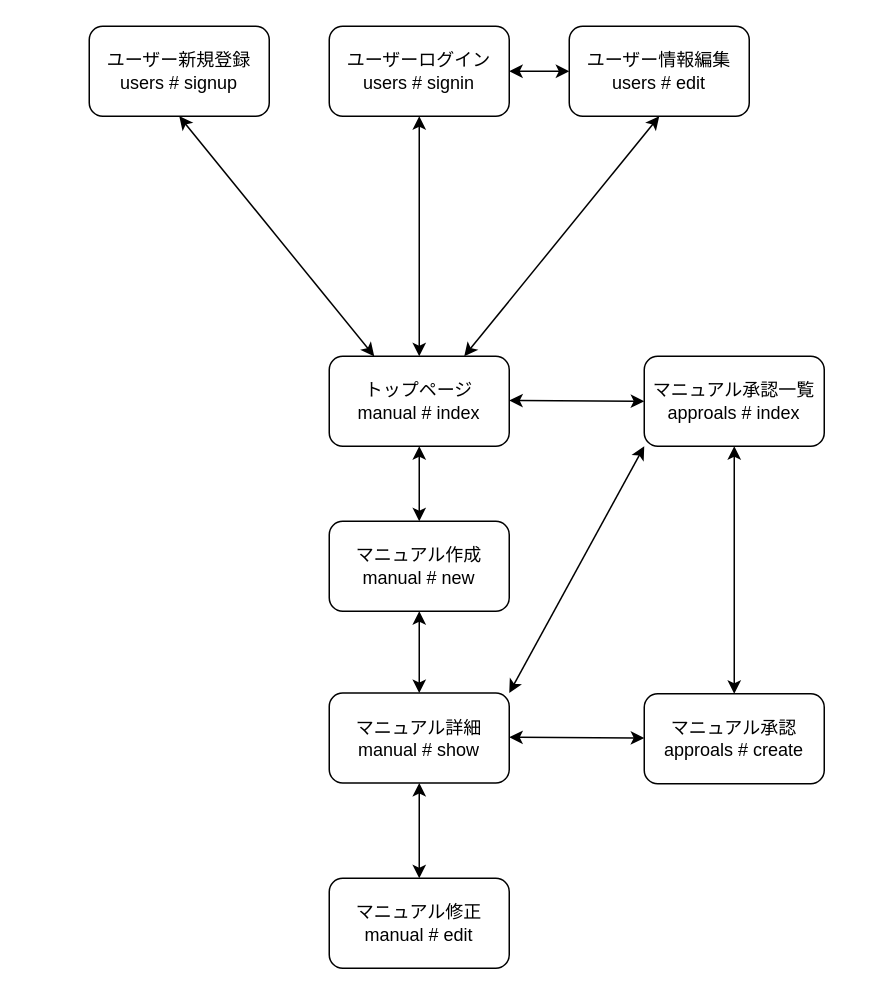
This is page "画面遷移図" (2 of 2) of ER .dio from shotaoba/manual, a draw.io file, before an edit. Source tidied: cells renumbered, new cells numbered last; positions are measured from the earlier drawing's top-left corner, leaving out a move shared by most shapes. Both pictures are drawn from the tidied source at 150%, with x=0, y=0 at pixel (88, 26).
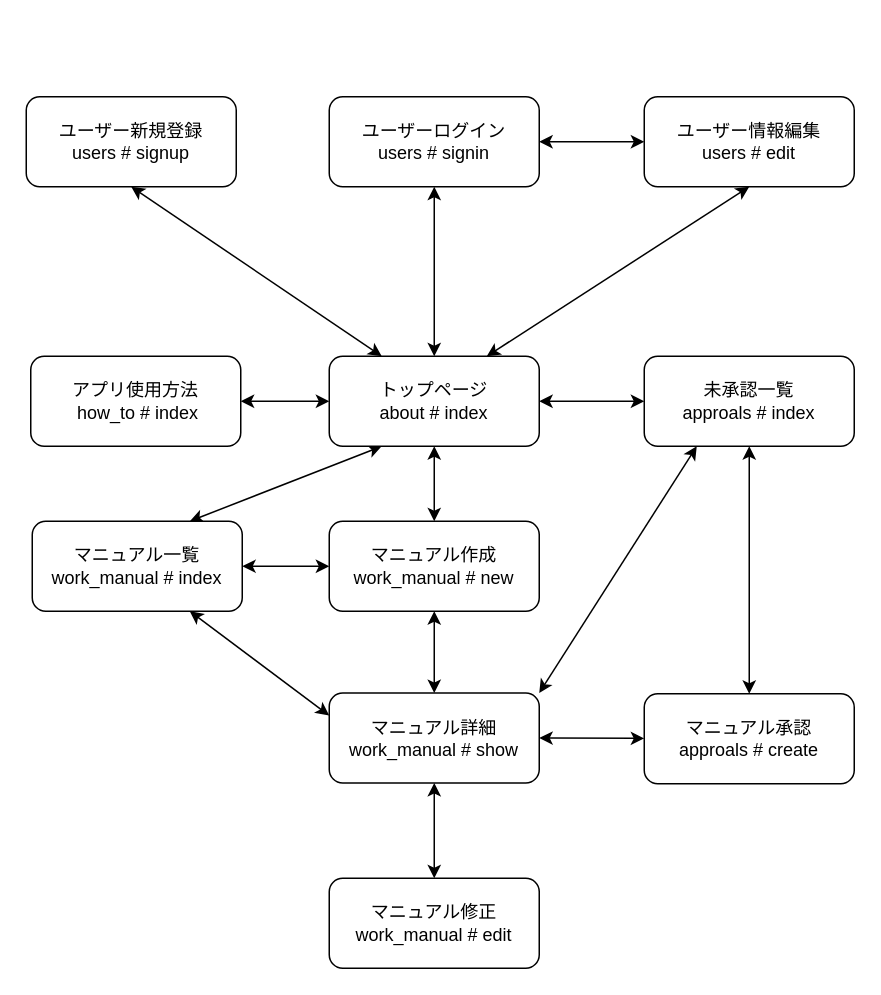
After the change.

Diff of the diagram source:
```diff
@@
+    <mxCell id="22" style="rounded=0;jettySize=auto;html=1;exitX=0.25;exitY=1;exitDx=0;exitDy=0;entryX=0.75;entryY=0;entryDx=0;entryDy=0;startArrow=classic;startFill=1;" parent="1" edge="1" source="2" target="31">
+      <mxGeometry relative="1" as="geometry" />
+    </mxCell>
+    <mxCell id="23" style="edgeStyle=none;rounded=0;jettySize=auto;html=1;exitX=1;exitY=0.5;exitDx=0;exitDy=0;entryX=0;entryY=0.5;entryDx=0;entryDy=0;startArrow=classic;startFill=1;" parent="1" edge="1" source="2" target="10">
+      <mxGeometry relative="1" as="geometry" />
+    </mxCell>
-    <mxCell id="2" value="トップページ&lt;br&gt;manual # index" style="rounded=1;whiteSpace=wrap;html=1;" parent="1" vertex="1">
-      <mxGeometry x="160" y="220" width="120" height="60" as="geometry" />
+    <mxCell id="2" value="トップページ&lt;br&gt;about # index" style="rounded=1;whiteSpace=wrap;html=1;" parent="1" vertex="1">
+      <mxGeometry x="160" y="220" width="140" height="60" as="geometry" />
     </mxCell>
-    <mxCell id="3" value="マニュアル作成&lt;br&gt;manual # new" style="rounded=1;whiteSpace=wrap;html=1;" parent="1" vertex="1">
-      <mxGeometry x="160" y="330" width="120" height="60" as="geometry" />
+    <mxCell id="3" value="マニュアル作成&lt;br&gt;work_manual # new" style="rounded=1;whiteSpace=wrap;html=1;" parent="1" vertex="1">
+      <mxGeometry x="160" y="330" width="140" height="60" as="geometry" />
     </mxCell>
-    <mxCell id="4" value="マニュアル修正&lt;br&gt;manual # edit" style="rounded=1;whiteSpace=wrap;html=1;" parent="1" vertex="1">
-      <mxGeometry x="160" y="568" width="120" height="60" as="geometry" />
+    <mxCell id="4" value="マニュアル修正&lt;br&gt;work_manual # edit" style="rounded=1;whiteSpace=wrap;html=1;" parent="1" vertex="1">
+      <mxGeometry x="160" y="568" width="140" height="60" as="geometry" />
     </mxCell>
+    <mxCell id="24" style="edgeStyle=none;rounded=0;jettySize=auto;html=1;exitX=1;exitY=0.5;exitDx=0;exitDy=0;startArrow=classic;startFill=1;" parent="1" edge="1" source="5" target="6">
+      <mxGeometry relative="1" as="geometry" />
+    </mxCell>
-    <mxCell id="5" value="マニュアル詳細&lt;br&gt;manual # show" style="rounded=1;whiteSpace=wrap;html=1;" parent="1" vertex="1">
-      <mxGeometry x="160" y="444.5" width="120" height="60" as="geometry" />
+    <mxCell id="5" value="マニュアル詳細&lt;br&gt;work_manual # show" style="rounded=1;whiteSpace=wrap;html=1;" parent="1" vertex="1">
+      <mxGeometry x="160" y="444.5" width="140" height="60" as="geometry" />
     </mxCell>
     <mxCell id="6" value="マニュアル承認&lt;br&gt;approals # create" style="rounded=1;whiteSpace=wrap;html=1;" parent="1" vertex="1">
-      <mxGeometry x="370" y="445" width="120" height="60" as="geometry" />
+      <mxGeometry x="370" y="445" width="140" height="60" as="geometry" />
     </mxCell>
@@
+    <mxCell id="25" style="edgeStyle=none;rounded=0;jettySize=auto;html=1;exitX=0.5;exitY=1;exitDx=0;exitDy=0;entryX=0.5;entryY=0;entryDx=0;entryDy=0;startArrow=classic;startFill=1;" parent="1" edge="1" source="10" target="6">
+      <mxGeometry relative="1" as="geometry" />
+    </mxCell>
+    <mxCell id="26" style="edgeStyle=none;rounded=0;jettySize=auto;html=1;exitX=0.25;exitY=1;exitDx=0;exitDy=0;entryX=1;entryY=0;entryDx=0;entryDy=0;startArrow=classic;startFill=1;" parent="1" edge="1" source="10" target="5">
+      <mxGeometry relative="1" as="geometry" />
+    </mxCell>
-    <mxCell id="10" value="マニュアル承認一覧&lt;br&gt;approals # index" style="rounded=1;whiteSpace=wrap;html=1;" parent="1" vertex="1">
-      <mxGeometry x="370" y="220" width="120" height="60" as="geometry" />
+    <mxCell id="10" value="未承認一覧&lt;br&gt;approals # index" style="rounded=1;whiteSpace=wrap;html=1;" parent="1" vertex="1">
+      <mxGeometry x="370" y="220" width="140" height="60" as="geometry" />
     </mxCell>
-    <mxCell id="11" style="endArrow=classic;startArrow=classic;html=1;entryX=0;entryY=0.5;entryDx=0;entryDy=0;exitX=1;exitY=0.5;exitDx=0;exitDy=0;" parent="1" edge="1">
-      <mxGeometry relative="1" as="geometry">
-        <mxPoint x="280" y="474" as="sourcePoint" />
-        <mxPoint x="370" y="474.5" as="targetPoint" />
-      </mxGeometry>
-    </mxCell>
-    <mxCell id="12" style="endArrow=classic;startArrow=classic;html=1;entryX=0;entryY=0.5;entryDx=0;entryDy=0;exitX=1;exitY=0.5;exitDx=0;exitDy=0;" parent="1" edge="1">
-      <mxGeometry relative="1" as="geometry">
-        <mxPoint x="280" y="249.5" as="sourcePoint" />
-        <mxPoint x="370" y="250" as="targetPoint" />
-      </mxGeometry>
-    </mxCell>
-    <mxCell id="13" style="endArrow=classic;startArrow=classic;html=1;entryX=0.5;entryY=0;entryDx=0;entryDy=0;" parent="1" edge="1" target="6">
-      <mxGeometry relative="1" as="geometry">
-        <mxPoint x="430" y="280" as="sourcePoint" />
-      </mxGeometry>
-    </mxCell>
-    <mxCell id="14" style="endArrow=classic;startArrow=classic;html=1;entryX=0;entryY=1;entryDx=0;entryDy=0;exitX=1;exitY=0;exitDx=0;exitDy=0;" parent="1" edge="1" source="5" target="10">
-      <mxGeometry relative="1" as="geometry" />
-    </mxCell>
     <mxCell id="15" value="ユーザー新規登録&lt;br&gt;users # signup" style="rounded=1;whiteSpace=wrap;html=1;" parent="1" vertex="1">
-      <mxGeometry width="120" height="60" as="geometry" />
+      <mxGeometry x="-42" y="47" width="140" height="60" as="geometry" />
     </mxCell>
     <mxCell id="16" value="ユーザーログイン&lt;br&gt;users # signin" style="rounded=1;whiteSpace=wrap;html=1;" parent="1" vertex="1">
-      <mxGeometry x="160" width="120" height="60" as="geometry" />
+      <mxGeometry x="160" y="47" width="140" height="60" as="geometry" />
     </mxCell>
     <mxCell id="17" value="ユーザー情報編集&lt;br&gt;users # edit" style="rounded=1;whiteSpace=wrap;html=1;" parent="1" vertex="1">
-      <mxGeometry x="320" width="120" height="60" as="geometry" />
+      <mxGeometry x="370" y="47" width="140" height="60" as="geometry" />
     </mxCell>
@@
+    <mxCell id="27" style="edgeStyle=none;rounded=0;jettySize=auto;html=1;exitX=1;exitY=0.5;exitDx=0;exitDy=0;entryX=0;entryY=0.5;entryDx=0;entryDy=0;startArrow=classic;startFill=1;" parent="1" edge="1" source="28" target="2">
+      <mxGeometry relative="1" as="geometry" />
+    </mxCell>
+    <mxCell id="28" value="アプリ使用方法&lt;br&gt;&amp;nbsp;how_to # index" style="rounded=1;whiteSpace=wrap;html=1;" parent="1" vertex="1">
+      <mxGeometry x="-39" y="220" width="140" height="60" as="geometry" />
+    </mxCell>
+    <mxCell id="29" style="edgeStyle=none;rounded=0;jettySize=auto;html=1;exitX=1;exitY=0.5;exitDx=0;exitDy=0;entryX=0;entryY=0.5;entryDx=0;entryDy=0;startArrow=classic;startFill=1;" parent="1" edge="1" source="31" target="3">
+      <mxGeometry relative="1" as="geometry" />
+    </mxCell>
+    <mxCell id="30" style="edgeStyle=none;rounded=0;jettySize=auto;html=1;exitX=0.75;exitY=1;exitDx=0;exitDy=0;entryX=0;entryY=0.25;entryDx=0;entryDy=0;startArrow=classic;startFill=1;" parent="1" edge="1" source="31" target="5">
+      <mxGeometry relative="1" as="geometry" />
+    </mxCell>
+    <mxCell id="31" value="マニュアル一覧&lt;br&gt;work_manual # index" style="rounded=1;whiteSpace=wrap;html=1;" parent="1" vertex="1">
+      <mxGeometry x="-38" y="330" width="140" height="60" as="geometry" />
+    </mxCell>
```
